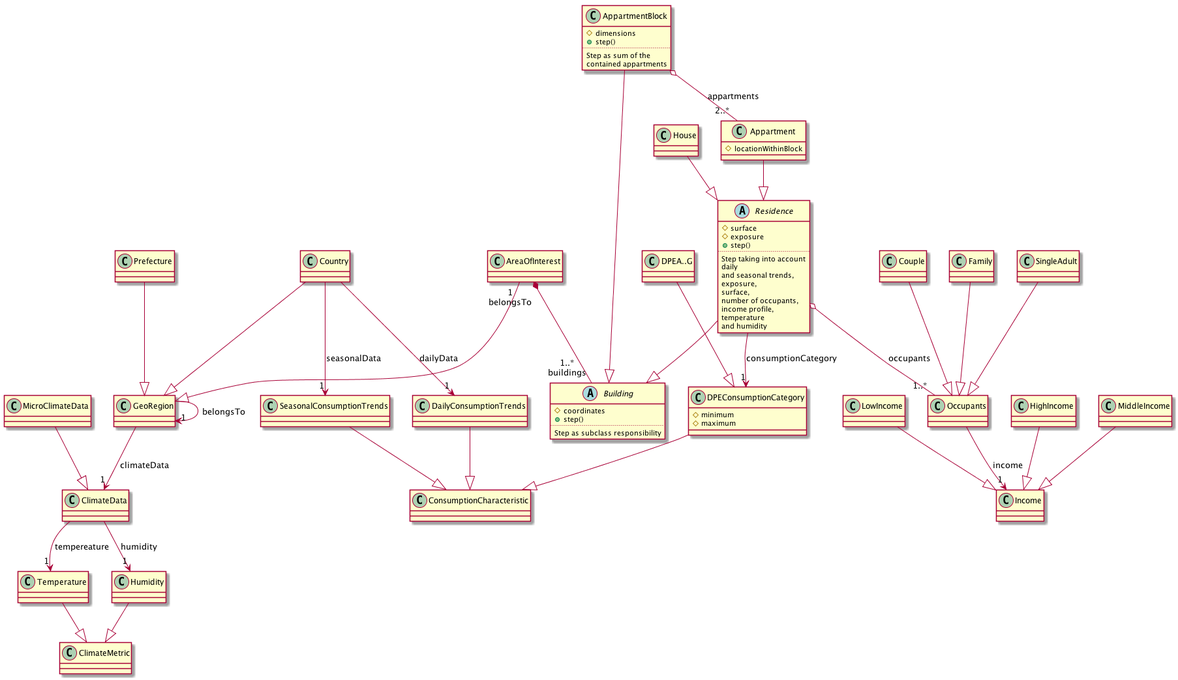
Earlier version of the PlantUML export geraniumUml.png (npapoylias/Geranium).
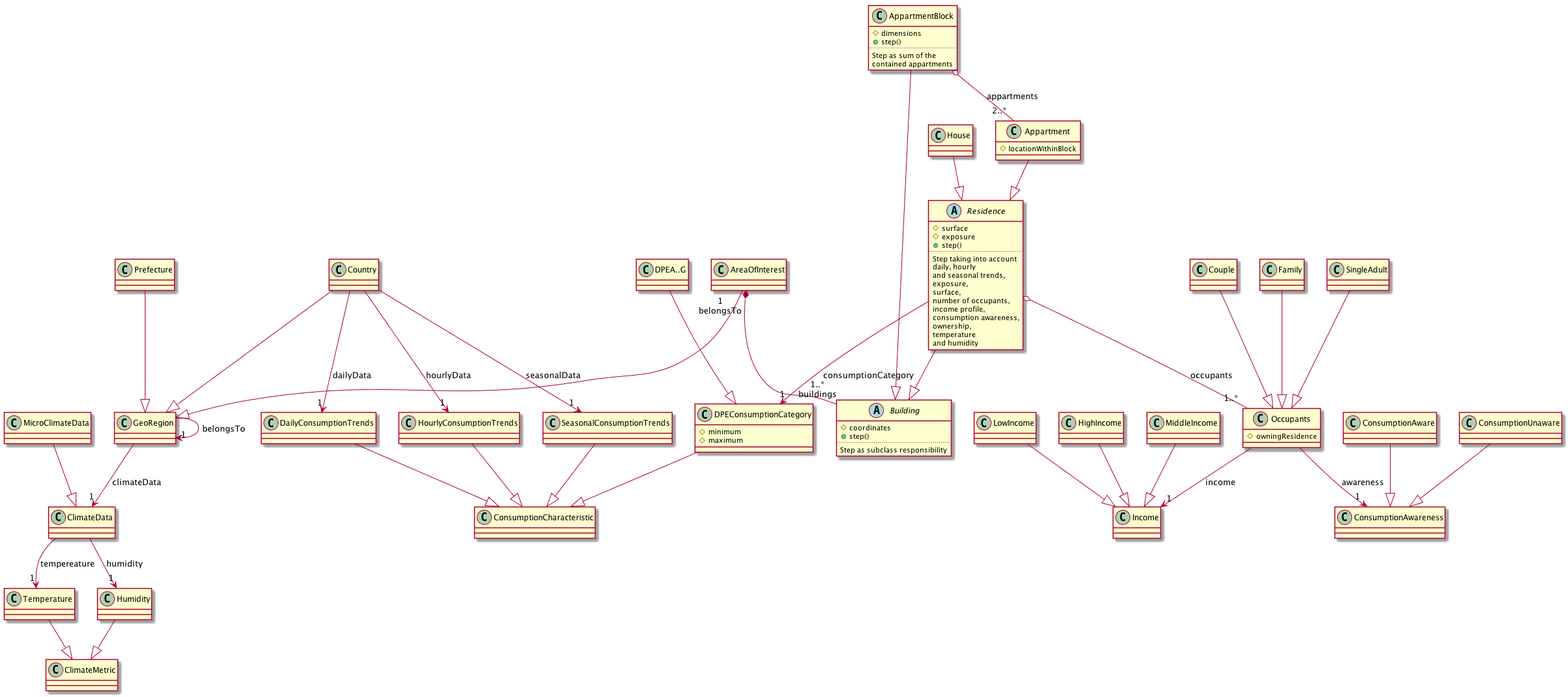
The same diagram one commit later.

The edit, as a diff of the source:
```diff
@@ -6,6 +6,7 @@
 Country --|> GeoRegion
 Country --> "1" SeasonalConsumptionTrends: seasonalData
 Country --> "1" DailyConsumptionTrends: dailyData
+Country --> "1" HourlyConsumptionTrends: hourlyData
 Prefecture --|> GeoRegion
 
 ClimateData --> "1" Temperature: tempereature
@@ -14,6 +15,7 @@
 Humidity --|> ClimateMetric
 SeasonalConsumptionTrends --|> ConsumptionCharacteristic
 DailyConsumptionTrends --|> ConsumptionCharacteristic
+HourlyConsumptionTrends --|> ConsumptionCharacteristic
 MicroClimateData --|> ClimateData
 
 abstract class Building{
@@ -29,12 +31,14 @@
 	+step()
 	..
 	Step taking into account
-	daily
+	daily, hourly
 	and seasonal trends,
 	exposure,
 	surface,
 	number of occupants,
 	income profile,
+	consumption awareness,
+	ownership,
 	temperature
 	and humidity
 }
@@ -68,7 +72,14 @@
 class "DPEA..G" as DPECat
 DPECat --|> DPEConsumptionCategory
 
+class Occupants{
+	#owningResidence
+}
+
 Occupants --> "1" Income: income
+Occupants --> "1" ConsumptionAwareness: awareness
+ConsumptionAware --|> ConsumptionAwareness
+ConsumptionUnaware --|> ConsumptionAwareness
 Couple --|> Occupants
 Family --|> Occupants
 SingleAdult --|> Occupants
```
